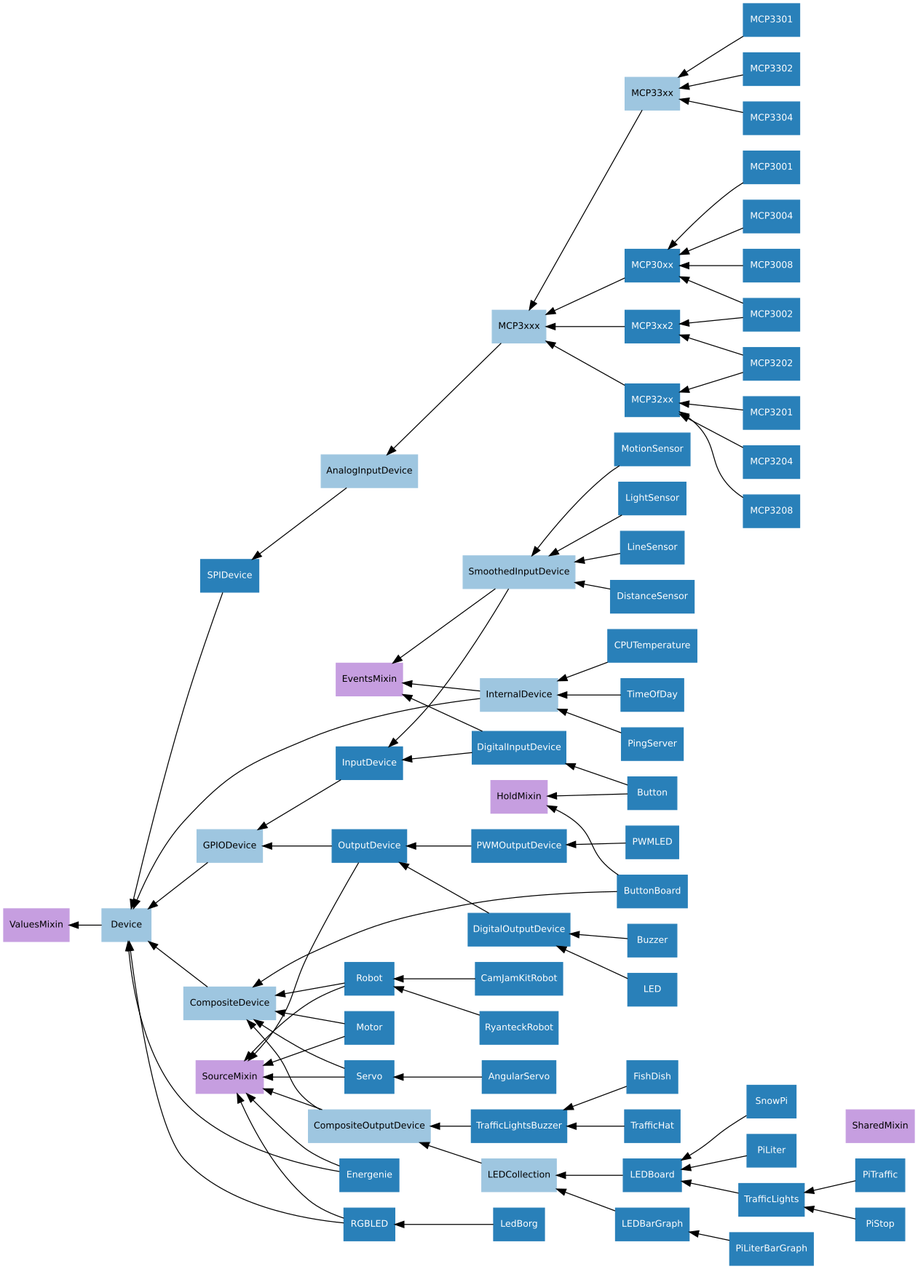
Earlier version of the Graphviz export docs/images/device_hierarchy.png (gpiozero/gpiozero). Its source is kept beside it as docs/images/device_hierarchy.dot.
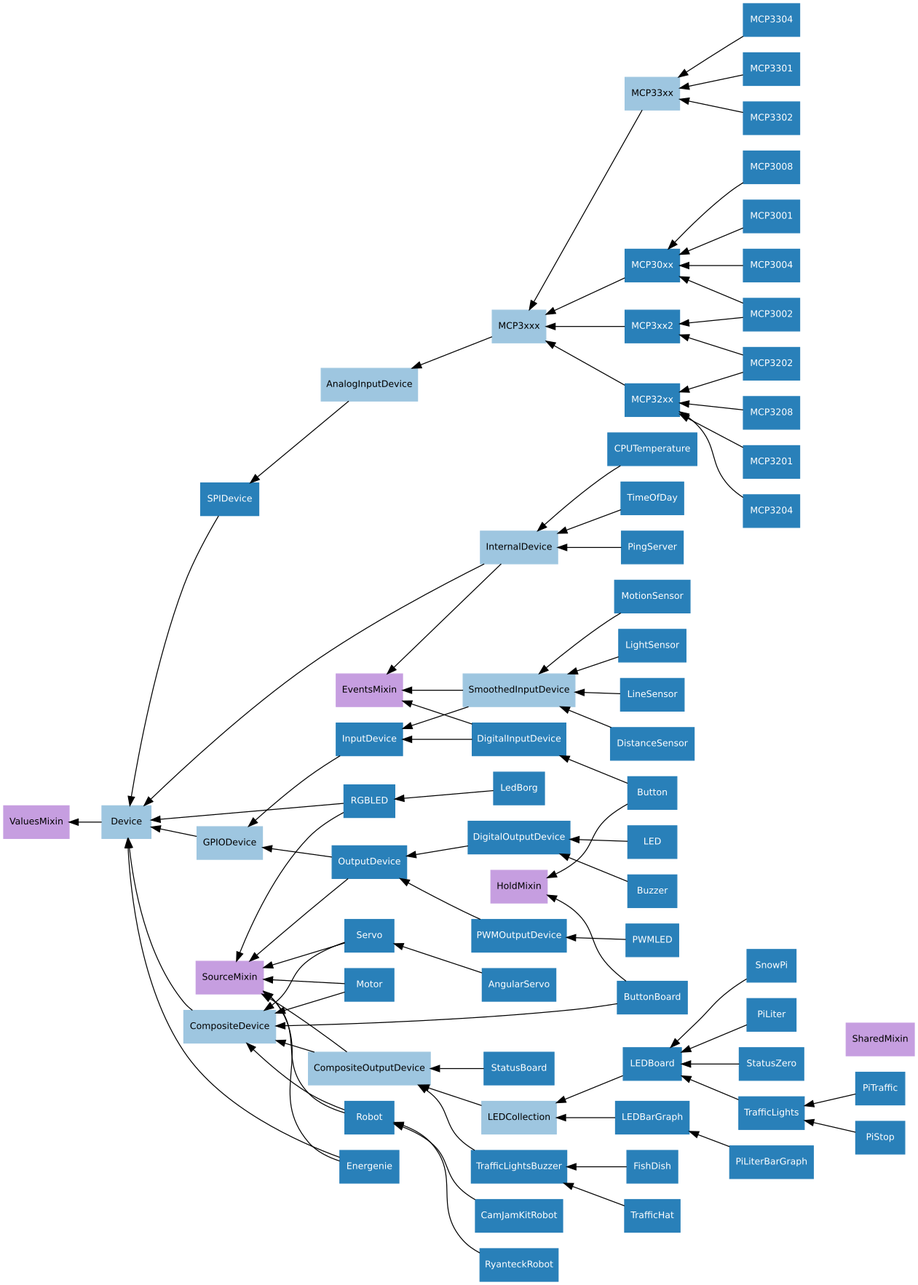
Above is the later version.

Commit message:
Add StatusBoard and StatusZero to docs and device hierarchy

Change to the diagram source:
```diff
@@ -90,11 +90,13 @@
     ButtonBoard->HoldMixin;
     PiLiter->LEDBoard;
     PiLiterBarGraph->LEDBarGraph;
+    StatusZero->LEDBoard;
     TrafficLights->LEDBoard;
     SnowPi->LEDBoard;
     PiTraffic->TrafficLights;
     PiStop->TrafficLights;
     TrafficLightsBuzzer->CompositeOutputDevice;
+    StatusBoard->CompositeOutputDevice;
     FishDish->TrafficLightsBuzzer;
     TrafficHat->TrafficLightsBuzzer;
     Robot->CompositeDevice;
```
